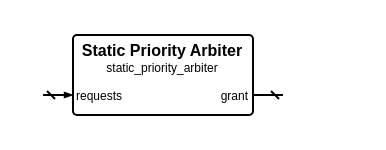
Earlier version of the draw.io diagram sources/arbiter/static_priority_arbiter/static_priority_arbiter.symbol.drawio (Louis-DR/OmniCores-BuildingBlocks). Source tidied: cells renumbered, new cells numbered last; positions are measured from the earlier drawing's top-left corner, leaving out a move shared by most shapes. Both pictures are drawn from the tidied source at 200%, with x=0, y=0 at pixel (42, 34).
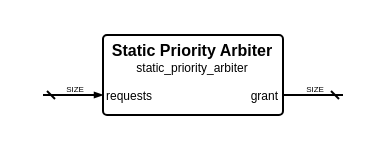
The same diagram, later.

The edit, as a diff of the source:
```diff
@@
 <mxGraphModel>
   <root>
     <mxCell id="0" />
     <mxCell id="1" parent="0" />
     <mxCell id="2" style="group;" parent="1" vertex="1">
-      <mxGeometry width="120" height="40" as="geometry" />
+      <mxGeometry width="150" height="40" as="geometry" />
     </mxCell>
     <mxCell id="3" style="rounded=1;arcSize=5;fillColor=none;strokeWidth=1;strokeColor=black;whiteSpace=wrap;html=1;" parent="2" vertex="1">
-      <mxGeometry x="15" width="90" height="40" as="geometry" />
+      <mxGeometry x="30" width="90" height="40" as="geometry" />
     </mxCell>
     <mxCell id="4" value="Static Priority Arbiter" style="text;html=1;align=center;verticalAlign=middle;whiteSpace=wrap;rounded=0;fontSize=8;fontStyle=1;fontColor=black;" parent="2" vertex="1">
-      <mxGeometry x="15" y="7" width="90" as="geometry" />
+      <mxGeometry x="30" y="7" width="90" as="geometry" />
     </mxCell>
     <mxCell id="5" value="static_priority_arbiter" style="text;html=1;align=center;verticalAlign=middle;whiteSpace=wrap;rounded=0;fontSize=6;fontStyle=0;fontColor=black;" parent="2" vertex="1">
-      <mxGeometry x="15" y="16" width="90" as="geometry" />
+      <mxGeometry x="30" y="16" width="90" as="geometry" />
     </mxCell>
     <mxCell id="6" value="requests" style="text;html=1;align=left;verticalAlign=middle;whiteSpace=wrap;rounded=0;fontSize=6;fontStyle=0;fontColor=black;" parent="2" vertex="1">
-      <mxGeometry x="15" y="30" width="90" as="geometry" />
+      <mxGeometry x="30" y="30" width="90" as="geometry" />
     </mxCell>
     <mxCell id="7" style="html=1;rounded=1;strokeWidth=1;strokeColor=black;startFill=0;startSize=2;startArrow=dash;endFill=1;endSize=2;endArrow=blockThin;sourcePerimeterSpacing=0;" parent="2" edge="1">
       <mxGeometry relative="1" as="geometry">
         <mxPoint y="30" as="sourcePoint" />
-        <mxPoint x="15" y="30" as="targetPoint" />
+        <mxPoint x="30" y="30" as="targetPoint" />
       </mxGeometry>
     </mxCell>
+    <mxCell id="10" value="SIZE" style="text;html=1;align=center;verticalAlign=middle;whiteSpace=nowrap;rounded=0;fontSize=4;fontStyle=0;fontColor=black;" parent="2" vertex="1">
+      <mxGeometry x="15" y="27" as="geometry" />
+    </mxCell>
     <mxCell id="8" value="grant" style="text;html=1;align=right;verticalAlign=middle;whiteSpace=wrap;rounded=0;fontSize=6;fontStyle=0;fontColor=black;" parent="2" vertex="1">
-      <mxGeometry x="15" y="30" width="90" as="geometry" />
+      <mxGeometry x="30" y="30" width="90" as="geometry" />
     </mxCell>
     <mxCell id="9" style="html=1;rounded=1;strokeWidth=1;strokeColor=black;startFill=0;startSize=2;startArrow=dash;endFill=1;endSize=2;endArrow=none;sourcePerimeterSpacing=0;" parent="2" edge="1">
       <mxGeometry relative="1" as="geometry">
-        <mxPoint x="120" y="30" as="sourcePoint" />
-        <mxPoint x="105" y="30" as="targetPoint" />
+        <mxPoint x="150" y="30" as="sourcePoint" />
+        <mxPoint x="120" y="30" as="targetPoint" />
       </mxGeometry>
     </mxCell>
+    <mxCell id="11" value="SIZE" style="text;html=1;align=center;verticalAlign=middle;whiteSpace=nowrap;rounded=0;fontSize=4;fontStyle=0;fontColor=black;" parent="2" vertex="1">
+      <mxGeometry x="135" y="27" as="geometry" />
+    </mxCell>
   </root>
 </mxGraphModel>
```
